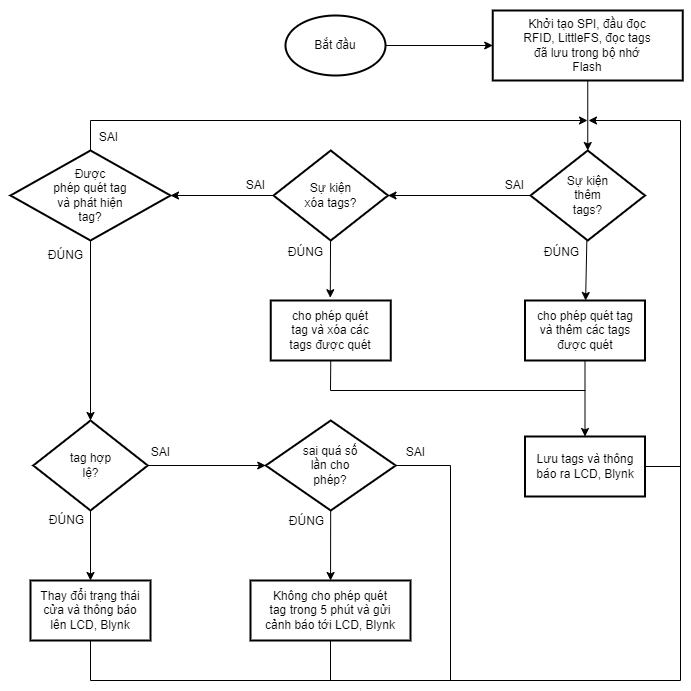
HM-Huong/smart-home-freeRTOS keeps this draw.io diagram as attachments/rfidTask.drawio.png. Above is the earlier version. Source tidied: cells renumbered, new cells last; positions are measured from the earlier drawing's top-left corner, leaving out a move shared by most shapes.
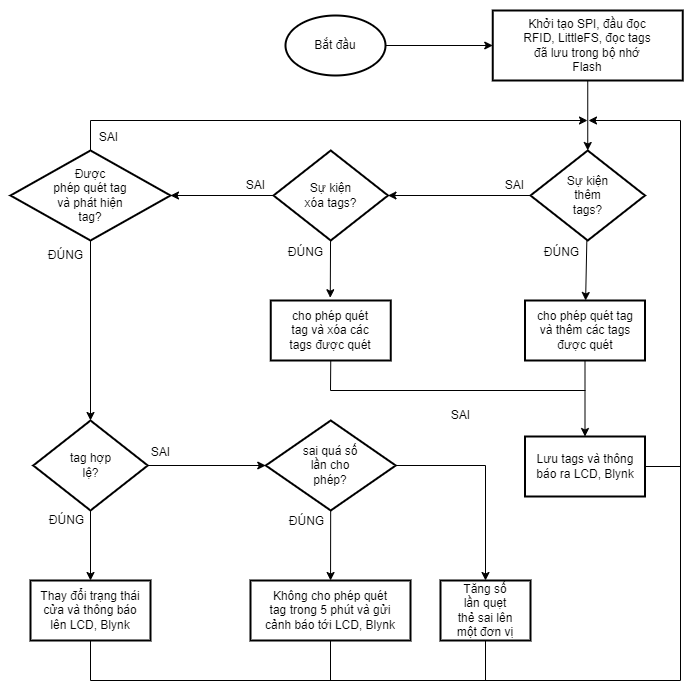
Above is the later version.

Commit message:
update flowchart diagram

Diff of the diagram source:
```diff
@@ -5,6 +5,21 @@
     <mxCell id="2" style="rounded=0;whiteSpace=wrap;html=1;strokeColor=none;" parent="1" vertex="1">
       <mxGeometry width="690" height="690" as="geometry" />
     </mxCell>
+    <mxCell id="43" style="edgeStyle=none;rounded=0;html=1;exitX=0.5;exitY=1;exitDx=0;exitDy=0;endArrow=none;endFill=0;" parent="1" edge="1" source="44">
+      <mxGeometry relative="1" as="geometry">
+        <mxPoint x="485" y="680" as="targetPoint" />
+      </mxGeometry>
+    </mxCell>
+    <mxCell id="44" value="Tăng số lần quẹt thẻ sai lên một đơn vị" style="whiteSpace=wrap;html=1;strokeWidth=2;spacingLeft=8;spacingRight=8;spacing=8;" parent="1" vertex="1">
+      <mxGeometry x="440" y="580" width="90" height="60" as="geometry" />
+    </mxCell>
+    <mxCell id="45" style="edgeStyle=none;html=1;exitX=1;exitY=0.5;exitDx=0;exitDy=0;entryX=0.5;entryY=0;entryDx=0;entryDy=0;rounded=0;" parent="1" edge="1" source="32" target="44">
+      <mxGeometry relative="1" as="geometry">
+        <Array as="points">
+          <mxPoint x="485" y="465" />
+        </Array>
+      </mxGeometry>
+    </mxCell>
     <mxCell id="3" parent="0" />
     <mxCell id="4" style="edgeStyle=none;html=1;spacing=24;" parent="3" edge="1" source="5" target="7">
       <mxGeometry relative="1" as="geometry" />
@@ -106,14 +121,6 @@
     <mxCell id="29" value="Thay đổi trạng thái cửa và thông báo lên LCD, Blynk" style="whiteSpace=wrap;html=1;strokeWidth=2;spacingLeft=8;spacingRight=8;spacing=2;" parent="3" vertex="1">
       <mxGeometry x="30" y="580" width="120" height="60" as="geometry" />
     </mxCell>
-    <mxCell id="30" style="edgeStyle=none;shape=connector;rounded=0;html=1;labelBackgroundColor=default;strokeColor=default;fontFamily=Helvetica;fontSize=11;fontColor=default;endArrow=none;endFill=0;" parent="3" edge="1" source="32">
-      <mxGeometry relative="1" as="geometry">
-        <mxPoint x="450" y="680" as="targetPoint" />
-        <Array as="points">
-          <mxPoint x="450" y="465" />
-        </Array>
-      </mxGeometry>
-    </mxCell>
     <mxCell id="31" style="edgeStyle=none;shape=connector;rounded=0;html=1;labelBackgroundColor=default;strokeColor=default;fontFamily=Helvetica;fontSize=11;fontColor=default;endArrow=classic;endFill=1;" parent="3" edge="1" source="32" target="34">
       <mxGeometry relative="1" as="geometry" />
     </mxCell>
@@ -150,7 +157,7 @@
       <mxGeometry x="140" y="437" width="40" height="30" as="geometry" />
     </mxCell>
     <mxCell id="42" value="SAI" style="text;html=1;align=center;verticalAlign=middle;strokeColor=none;fillColor=none;" parent="3" vertex="1">
-      <mxGeometry x="395.2" y="437" width="40" height="30" as="geometry" />
+      <mxGeometry x="440" y="400" width="40" height="30" as="geometry" />
     </mxCell>
   </root>
 </mxGraphModel>
```
